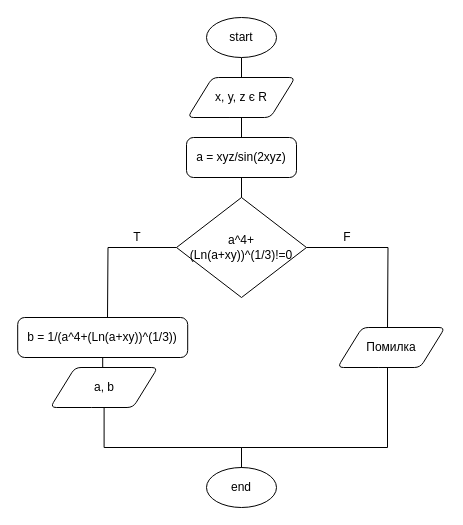
Earlier version of the draw.io diagram page "Завдання 1" (1 of 2) of Lab1/Блок - схема.drawio (allmallino/ads-zavarzin-kp12). Source tidied: cells renumbered, new cells numbered last; positions are measured from the earlier drawing's top-left corner, leaving out a move shared by most shapes. Both pictures are drawn from the tidied source at 100%, with x=0, y=0 at pixel (17, 17).
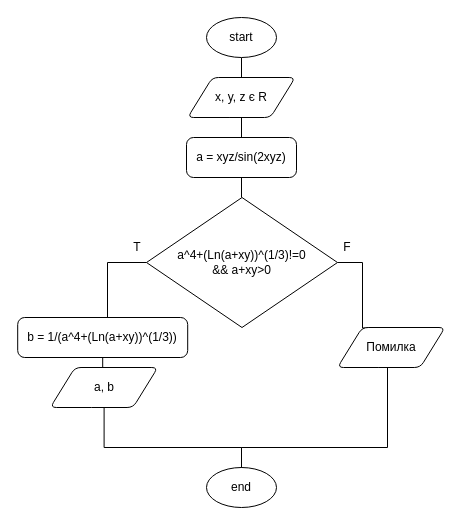
Above is the later version.

The edit, as a diff of the source:
```diff
@@
     <mxCell id="13" style="edgeStyle=orthogonalEdgeStyle;rounded=0;jettySize=auto;html=1;endArrow=none;endFill=0;" parent="1" edge="1" source="15">
       <mxGeometry relative="1" as="geometry">
         <mxPoint x="90" y="300" as="targetPoint" />
+        <Array as="points">
+          <mxPoint x="90" y="245" />
+        </Array>
       </mxGeometry>
     </mxCell>
@@
-    <mxCell id="15" value="&lt;span&gt;a^4+(Ln(a+xy))^(1/3)!=0&lt;/span&gt;" style="strokeWidth=1;html=1;shape=mxgraph.flowchart.decision;whiteSpace=wrap;" parent="1" vertex="1">
-      <mxGeometry x="159" y="180" width="130" height="100" as="geometry" />
+    <mxCell id="15" value="&lt;span&gt;a^4+(Ln(a+xy))^(1/3)!=0&lt;br&gt;&amp;amp;&amp;amp; a+xy&amp;gt;0&lt;br&gt;&lt;/span&gt;" style="strokeWidth=1;html=1;shape=mxgraph.flowchart.decision;whiteSpace=wrap;" parent="1" vertex="1">
+      <mxGeometry x="129" y="180" width="191" height="130" as="geometry" />
     </mxCell>
@@
     <mxCell id="18" value="T" style="text;html=1;strokeColor=none;fillColor=none;align=center;verticalAlign=middle;whiteSpace=wrap;rounded=0;" parent="1" vertex="1">
-      <mxGeometry x="100" y="210" width="40" height="20" as="geometry" />
+      <mxGeometry x="100.2" y="220" width="40" height="20" as="geometry" />
     </mxCell>
     <mxCell id="19" value="F" style="text;html=1;strokeColor=none;fillColor=none;align=center;verticalAlign=middle;whiteSpace=wrap;rounded=0;" parent="1" vertex="1">
-      <mxGeometry x="310" y="210" width="40" height="20" as="geometry" />
+      <mxGeometry x="310" y="220" width="40" height="20" as="geometry" />
     </mxCell>
```
